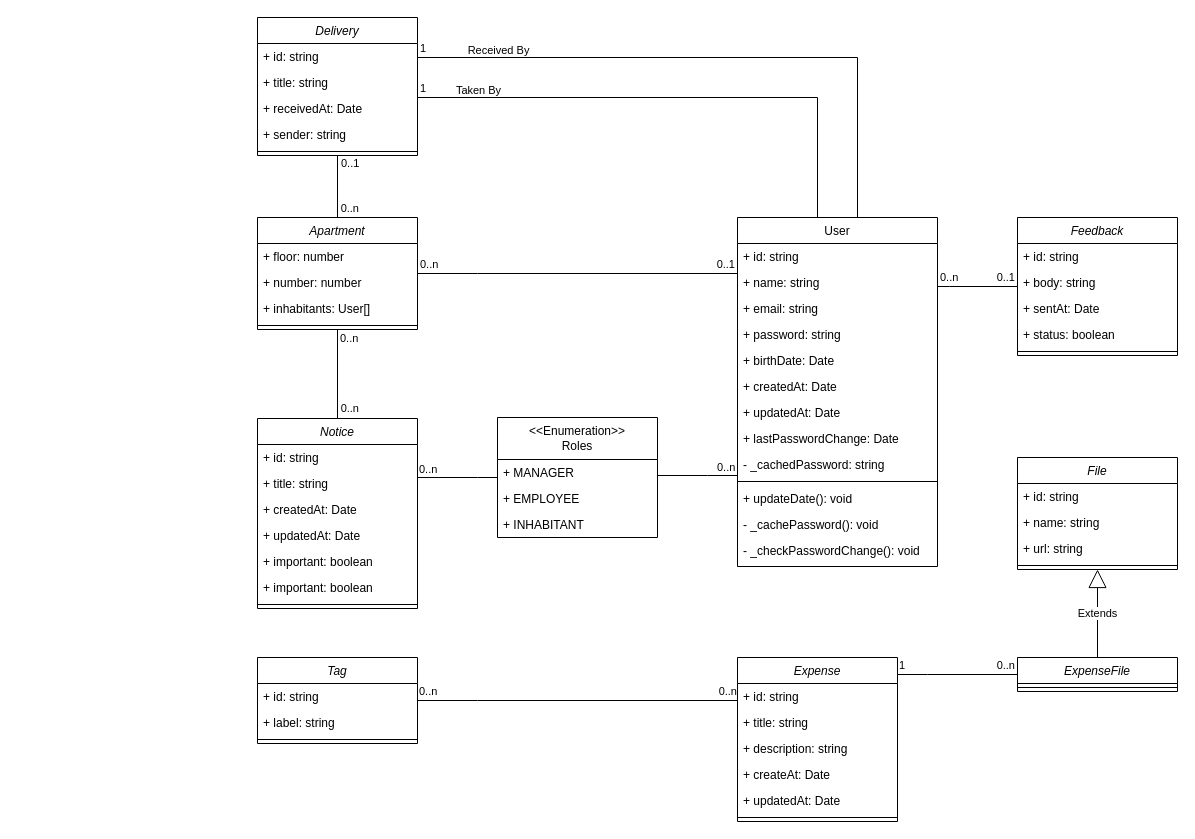
Before: Artefatos/Diagrama de Classe/Diagrama de Classes.drawio in jaoppb/villa-pisani, a draw.io diagram. Source tidied: cells renumbered, new cells numbered last; positions are measured from the earlier drawing's top-left corner, leaving out a move shared by most shapes. Both pictures are drawn from the tidied source at 100%, with x=0, y=0 at pixel (257, 17).
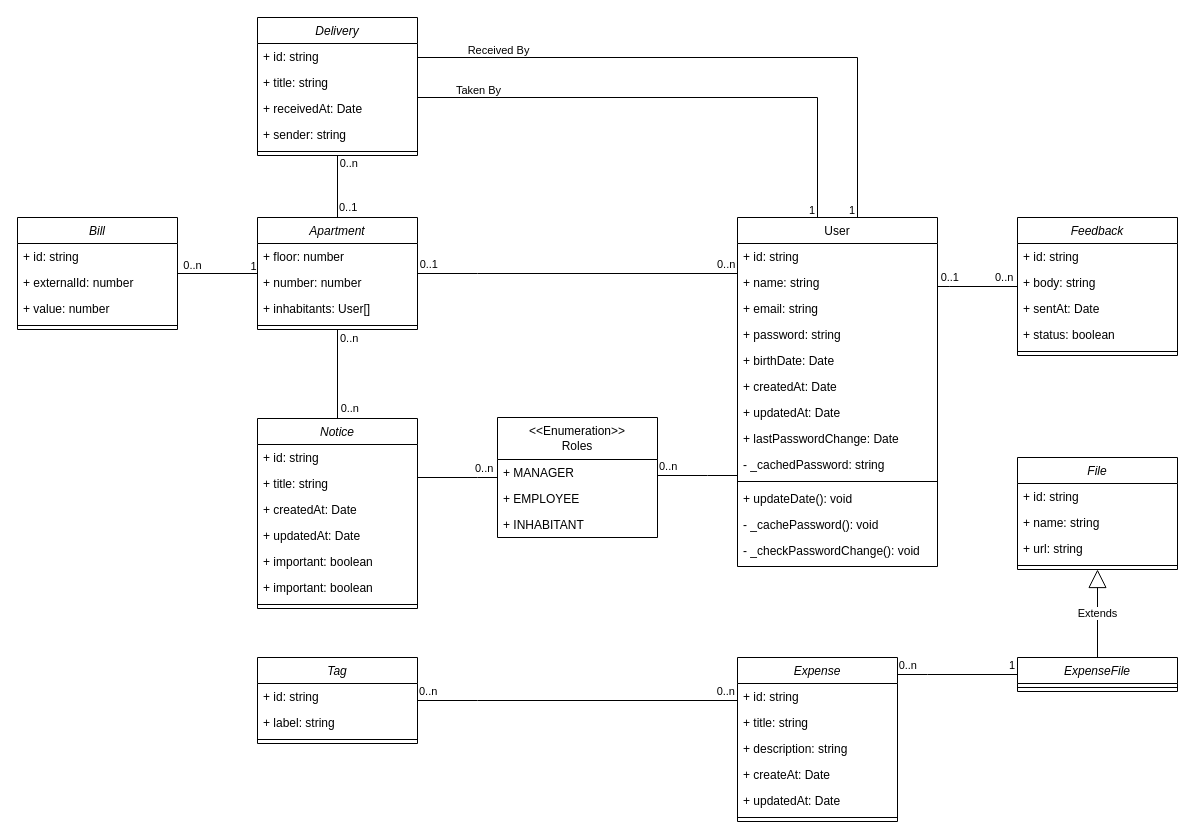
The same diagram, later.

Commit message (it also covers changes not shown here):
docs: added Bill to class Diagram

Unchanged cells that the change refers to:
```xml
<mxCell id="2" value="Apartment" style="swimlane;fontStyle=2;align=center;verticalAlign=top;horizontal=1;startSize=26;rounded=0;shadow=0;strokeWidth=1;" parent="1" vertex="1">
  <mxGeometry y="200" width="160" height="112" as="geometry" />
</mxCell>
<mxCell id="21" style="endArrow=none;html=1;endSize=12;startArrow=none;startSize=14;startFill=0;edgeStyle=orthogonalEdgeStyle;rounded=0;" parent="1" edge="1" source="2" target="7">
  <mxGeometry relative="1" as="geometry">
    <Array as="points">
      <mxPoint x="220" y="256" />
      <mxPoint x="220" y="256" />
    </Array>
  </mxGeometry>
</mxCell>
<mxCell id="35" style="endArrow=none;html=1;endSize=12;startArrow=none;startSize=14;startFill=0;edgeStyle=orthogonalEdgeStyle;rounded=0;" parent="1" edge="1" source="31" target="24">
  <mxGeometry relative="1" as="geometry">
    <Array as="points">
      <mxPoint x="220" y="683" />
      <mxPoint x="220" y="683" />
    </Array>
  </mxGeometry>
</mxCell>
<mxCell id="46" style="endArrow=none;html=1;endSize=12;startArrow=none;startSize=14;startFill=0;edgeStyle=orthogonalEdgeStyle;rounded=0;" parent="1" edge="1" source="24" target="38">
  <mxGeometry relative="1" as="geometry">
    <Array as="points">
      <mxPoint x="670" y="657" />
      <mxPoint x="670" y="657" />
    </Array>
  </mxGeometry>
</mxCell>
<mxCell id="55" style="endArrow=none;html=1;endSize=12;startArrow=none;startSize=14;startFill=0;edgeStyle=orthogonalEdgeStyle;rounded=0;" parent="1" edge="1" source="7" target="49">
  <mxGeometry relative="1" as="geometry">
    <Array as="points">
      <mxPoint x="692.2" y="269" />
      <mxPoint x="692.2" y="269" />
    </Array>
  </mxGeometry>
</mxCell>
<mxCell id="73" style="endArrow=none;html=1;endSize=12;startArrow=none;startSize=14;startFill=0;edgeStyle=orthogonalEdgeStyle;rounded=0;" parent="1" edge="1" source="7" target="69">
  <mxGeometry relative="1" as="geometry">
    <Array as="points">
      <mxPoint x="450" y="458" />
      <mxPoint x="450" y="458" />
    </Array>
  </mxGeometry>
</mxCell>
<mxCell id="75" style="endArrow=none;html=1;endSize=12;startArrow=none;startSize=14;startFill=0;edgeStyle=orthogonalEdgeStyle;rounded=0;" parent="1" edge="1" source="69" target="58">
  <mxGeometry relative="1" as="geometry">
    <Array as="points">
      <mxPoint x="220" y="460" />
      <mxPoint x="220" y="460" />
    </Array>
  </mxGeometry>
</mxCell>
<mxCell id="83" style="endArrow=none;html=1;endSize=12;startArrow=none;startSize=14;startFill=0;edgeStyle=orthogonalEdgeStyle;rounded=0;" parent="1" edge="1" source="77" target="2">
  <mxGeometry relative="1" as="geometry" />
</mxCell>
<mxCell id="86" style="endArrow=none;html=1;endSize=12;startArrow=none;startSize=14;startFill=0;edgeStyle=orthogonalEdgeStyle;rounded=0;" parent="1" edge="1" source="77" target="7">
  <mxGeometry relative="1" as="geometry">
    <Array as="points">
      <mxPoint x="600" y="40" />
    </Array>
  </mxGeometry>
</mxCell>
<mxCell id="89" style="endArrow=none;html=1;endSize=12;startArrow=none;startSize=14;startFill=0;edgeStyle=orthogonalEdgeStyle;rounded=0;" parent="1" edge="1" source="77" target="7">
  <mxGeometry relative="1" as="geometry">
    <Array as="points">
      <mxPoint x="560" y="80" />
    </Array>
  </mxGeometry>
</mxCell>
```

Change to the diagram source:
```diff
@@
     <mxCell id="22" value="0..n" style="edgeLabel;html=1;align=left;verticalAlign=top;" parent="21" vertex="1">
       <mxGeometry x="-1" relative="1" as="geometry">
-        <mxPoint x="1" y="-22" as="offset" />
+        <mxPoint x="298" y="-22" as="offset" />
       </mxGeometry>
     </mxCell>
     <mxCell id="23" value="0..1" style="edgeLabel;html=1;align=right;verticalAlign=top;" parent="21" vertex="1">
       <mxGeometry x="1" relative="1" as="geometry">
-        <mxPoint x="-2" y="-22" as="offset" />
+        <mxPoint x="-299" y="-22" as="offset" />
       </mxGeometry>
     </mxCell>
@@
     <mxCell id="37" value="0..n" style="edgeLabel;html=1;align=right;verticalAlign=top;" parent="35" vertex="1">
       <mxGeometry x="1" relative="1" as="geometry">
-        <mxPoint y="-22" as="offset" />
+        <mxPoint x="-2" y="-22" as="offset" />
       </mxGeometry>
     </mxCell>
@@
     <mxCell id="47" value="1" style="edgeLabel;html=1;align=left;verticalAlign=top;" parent="46" vertex="1">
       <mxGeometry x="-1" relative="1" as="geometry">
-        <mxPoint y="-22" as="offset" />
+        <mxPoint x="110" y="-22" as="offset" />
       </mxGeometry>
     </mxCell>
     <mxCell id="48" value="0..n" style="edgeLabel;html=1;align=right;verticalAlign=top;" parent="46" vertex="1">
       <mxGeometry x="1" relative="1" as="geometry">
-        <mxPoint x="-2" y="-22" as="offset" />
+        <mxPoint x="-100" y="-22" as="offset" />
       </mxGeometry>
     </mxCell>
@@
     <mxCell id="56" value="0..n" style="edgeLabel;html=1;align=left;verticalAlign=top;" parent="55" vertex="1">
       <mxGeometry x="-1" relative="1" as="geometry">
-        <mxPoint x="1" y="-22" as="offset" />
+        <mxPoint x="56" y="-22" as="offset" />
       </mxGeometry>
     </mxCell>
     <mxCell id="57" value="0..1" style="edgeLabel;html=1;align=right;verticalAlign=top;" parent="55" vertex="1">
       <mxGeometry x="1" relative="1" as="geometry">
-        <mxPoint x="-2" y="-22" as="offset" />
+        <mxPoint x="-58" y="-22" as="offset" />
       </mxGeometry>
     </mxCell>
@@
     <mxCell id="74" value="0..n" style="edgeLabel;html=1;align=left;verticalAlign=top;" parent="73" vertex="1">
       <mxGeometry x="-1" relative="1" as="geometry">
-        <mxPoint x="-22" y="-21" as="offset" />
+        <mxPoint x="-80" y="-22" as="offset" />
       </mxGeometry>
     </mxCell>
@@
     <mxCell id="76" value="0..n" style="edgeLabel;html=1;align=left;verticalAlign=top;" parent="75" vertex="1">
       <mxGeometry x="-1" relative="1" as="geometry">
-        <mxPoint x="-80" y="-21" as="offset" />
+        <mxPoint x="-24" y="-22" as="offset" />
       </mxGeometry>
     </mxCell>
@@
     <mxCell id="84" value="0..1" style="edgeLabel;html=1;align=left;verticalAlign=top;" parent="83" vertex="1">
       <mxGeometry x="-1" relative="1" as="geometry">
-        <mxPoint x="2" y="-5" as="offset" />
+        <mxPoint y="39" as="offset" />
       </mxGeometry>
     </mxCell>
     <mxCell id="85" value="0..n" style="edgeLabel;html=1;align=right;verticalAlign=top;" parent="83" vertex="1">
       <mxGeometry x="1" relative="1" as="geometry">
-        <mxPoint x="22" y="-22" as="offset" />
+        <mxPoint x="21" y="-67" as="offset" />
       </mxGeometry>
     </mxCell>
@@
     <mxCell id="87" value="1" style="edgeLabel;html=1;align=left;verticalAlign=top;" parent="86" vertex="1">
       <mxGeometry x="-1" relative="1" as="geometry">
-        <mxPoint x="1" y="-22" as="offset" />
+        <mxPoint x="430" y="140" as="offset" />
       </mxGeometry>
     </mxCell>
@@
     <mxCell id="90" value="1" style="edgeLabel;html=1;align=left;verticalAlign=top;" parent="89" vertex="1">
       <mxGeometry x="-1" relative="1" as="geometry">
-        <mxPoint x="1" y="-22" as="offset" />
+        <mxPoint x="390" y="100" as="offset" />
       </mxGeometry>
     </mxCell>
@@
+    <mxCell id="92" style="edgeStyle=orthogonalEdgeStyle;rounded=0;jettySize=auto;html=1;endArrow=none;startFill=0;" parent="1" edge="1" source="95" target="2">
+      <mxGeometry relative="1" as="geometry" />
+    </mxCell>
+    <mxCell id="93" value="1" style="edgeLabel;html=1;align=center;verticalAlign=middle;" parent="92" vertex="1">
+      <mxGeometry x="0.86" y="-1" relative="1" as="geometry">
+        <mxPoint x="1" y="-9" as="offset" />
+      </mxGeometry>
+    </mxCell>
+    <mxCell id="94" value="0..n" style="edgeLabel;html=1;align=center;verticalAlign=middle;" parent="92" vertex="1">
+      <mxGeometry x="-0.81" relative="1" as="geometry">
+        <mxPoint x="6" y="-9" as="offset" />
+      </mxGeometry>
+    </mxCell>
+    <mxCell id="95" value="Bill" style="swimlane;fontStyle=2;align=center;verticalAlign=top;horizontal=1;startSize=26;rounded=0;shadow=0;strokeWidth=1;" parent="1" vertex="1">
+      <mxGeometry x="-240" y="200" width="160" height="112" as="geometry" />
+    </mxCell>
+    <mxCell id="96" value="+ id: string" style="text;align=left;verticalAlign=top;spacingLeft=4;spacingRight=4;overflow=hidden;" parent="95" vertex="1">
+      <mxGeometry y="26" width="160" height="26" as="geometry" />
+    </mxCell>
+    <mxCell id="97" value="+ externalId: number" style="text;align=left;verticalAlign=top;spacingLeft=4;spacingRight=4;overflow=hidden;rounded=0;shadow=0;html=0;" parent="95" vertex="1">
+      <mxGeometry y="52" width="160" height="26" as="geometry" />
+    </mxCell>
+    <mxCell id="98" value="+ value: number" style="text;align=left;verticalAlign=top;spacingLeft=4;spacingRight=4;overflow=hidden;rounded=0;shadow=0;html=0;" parent="95" vertex="1">
+      <mxGeometry y="78" width="160" height="26" as="geometry" />
+    </mxCell>
+    <mxCell id="99" style="line;html=1;strokeWidth=1;align=left;verticalAlign=middle;spacingTop=-1;spacingLeft=3;spacingRight=3;labelPosition=right;" parent="95" vertex="1">
+      <mxGeometry y="104" width="160" height="8" as="geometry" />
+    </mxCell>
```
